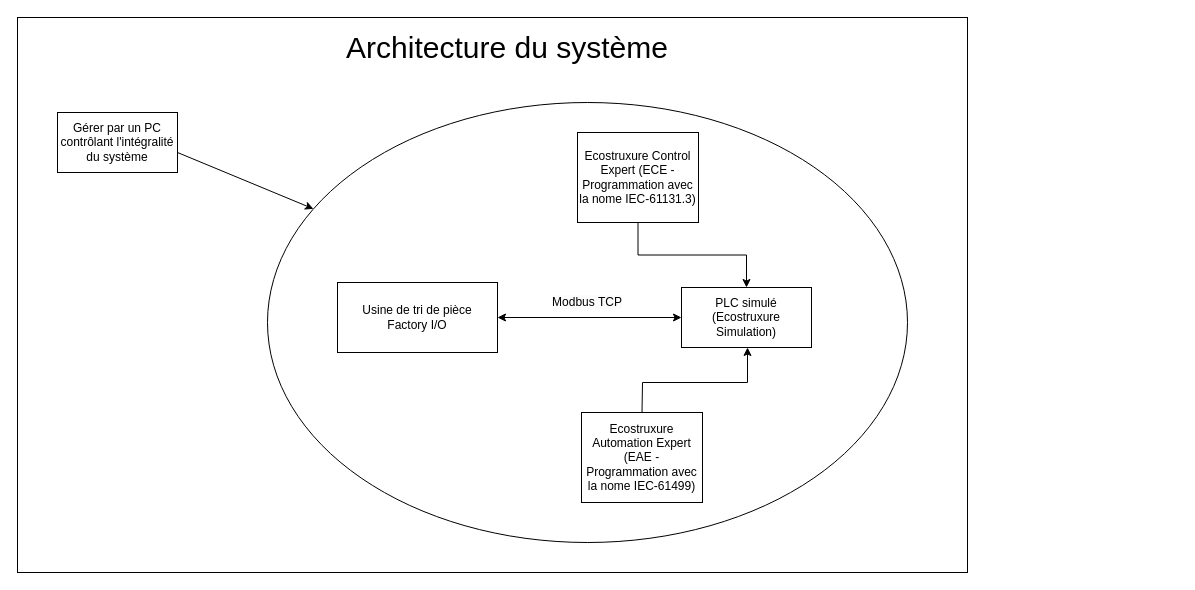
Earlier version of the draw.io diagram 01 - Cahier des charges/ARCHITECTURE_SYSTEM_PRI_PROJET-IEC61499_V0_1.drawio (ElDLOR/PRI-IEC61499-UniversalAutomation). Source tidied: cells renumbered, new cells numbered last; positions are measured from the earlier drawing's top-left corner, leaving out a move shared by most shapes. Both pictures are drawn from the tidied source at 100%, with x=0, y=0 at pixel (17, 17).
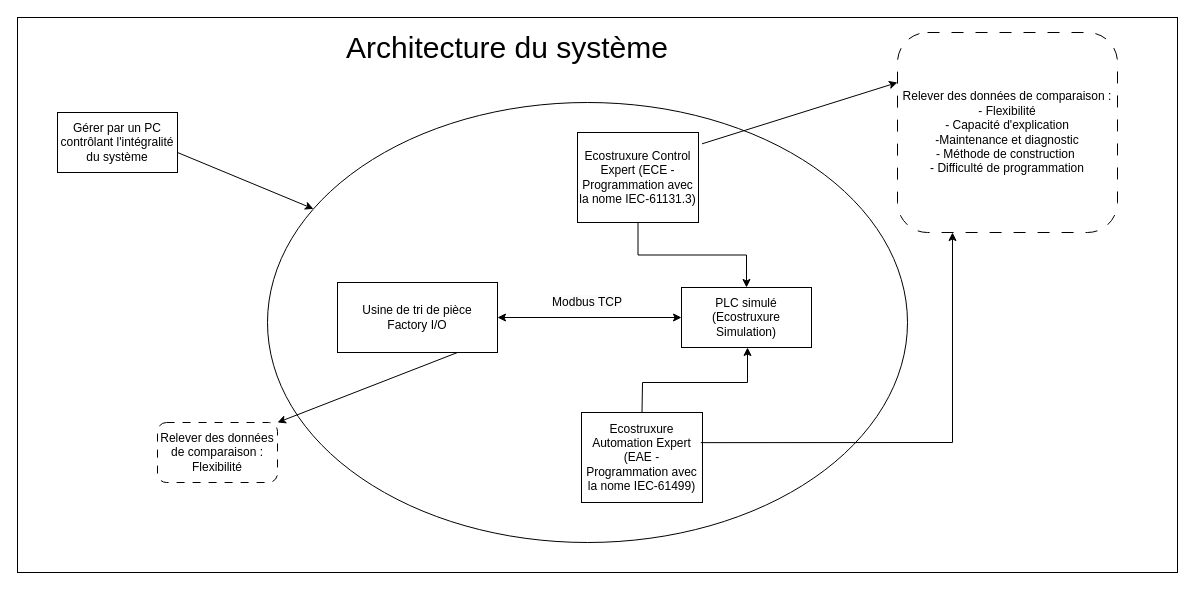
The same diagram, later.

Unchanged cells that the change refers to:
```xml
<mxCell id="4" value="&lt;div&gt;Usine de tri de pièce&lt;br&gt;Factory I/O&lt;/div&gt;" style="rounded=0;whiteSpace=wrap;html=1;" parent="1" vertex="1">
  <mxGeometry x="320" y="265" width="160" height="70" as="geometry" />
</mxCell>
<mxCell id="8" value="Ecostruxure Automation Expert (EAE - Programmation avec la nome IEC-61499)" style="rounded=0;whiteSpace=wrap;html=1;" parent="1" vertex="1">
  <mxGeometry x="564" y="395" width="121" height="90" as="geometry" />
</mxCell>
<mxCell id="11" value="Ecostruxure Control Expert (ECE - Programmation avec la nome IEC-61131.3)" style="rounded=0;whiteSpace=wrap;html=1;" parent="1" vertex="1">
  <mxGeometry x="560" y="115" width="121" height="90" as="geometry" />
</mxCell>
```

The edit, as a diff of the source:
```diff
@@
     <mxCell id="2" style="rounded=0;whiteSpace=wrap;html=1;" parent="1" vertex="1">
-      <mxGeometry width="950" height="555" as="geometry" />
+      <mxGeometry width="1160" height="555" as="geometry" />
     </mxCell>
@@
+    <mxCell id="15" style="endArrow=classic;html=1;rounded=0;exitX=0.75;exitY=1;exitDx=0;exitDy=0;entryX=1;entryY=0;entryDx=0;entryDy=0;" parent="1" edge="1" source="4" target="16">
+      <mxGeometry relative="1" as="geometry" />
+    </mxCell>
+    <mxCell id="16" value="Relever des données de comparaison :&lt;br&gt;Flexibilité" style="rounded=1;whiteSpace=wrap;html=1;dashed=1;dashPattern=8 8;" parent="1" vertex="1">
+      <mxGeometry x="140" y="405" width="120" height="60" as="geometry" />
+    </mxCell>
+    <mxCell id="17" style="endArrow=classic;html=1;rounded=0;exitX=1.029;exitY=0.126;exitDx=0;exitDy=0;entryX=0;entryY=0.25;entryDx=0;entryDy=0;exitPerimeter=0;" parent="1" edge="1" source="11" target="18">
+      <mxGeometry relative="1" as="geometry" />
+    </mxCell>
+    <mxCell id="18" value="Relever des données de comparaison :&lt;br&gt;- Flexibilité&lt;div&gt;- Capacité d'explication&lt;/div&gt;&lt;div&gt;-Maintenance et diagnostic&lt;/div&gt;&lt;div&gt;- Méthode de construction&amp;nbsp;&lt;/div&gt;&lt;div&gt;- Difficulté de programmation&lt;/div&gt;" style="rounded=1;whiteSpace=wrap;html=1;dashed=1;dashPattern=12 12;" parent="1" vertex="1">
+      <mxGeometry x="880" y="15" width="220" height="200" as="geometry" />
+    </mxCell>
+    <mxCell id="19" style="endArrow=classic;html=1;rounded=0;exitX=0.986;exitY=0.335;exitDx=0;exitDy=0;entryX=0.25;entryY=1;entryDx=0;entryDy=0;exitPerimeter=0;" parent="1" edge="1" source="8" target="18">
+      <mxGeometry relative="1" as="geometry">
+        <Array as="points">
+          <mxPoint x="935" y="425" />
+        </Array>
+      </mxGeometry>
+    </mxCell>
```
